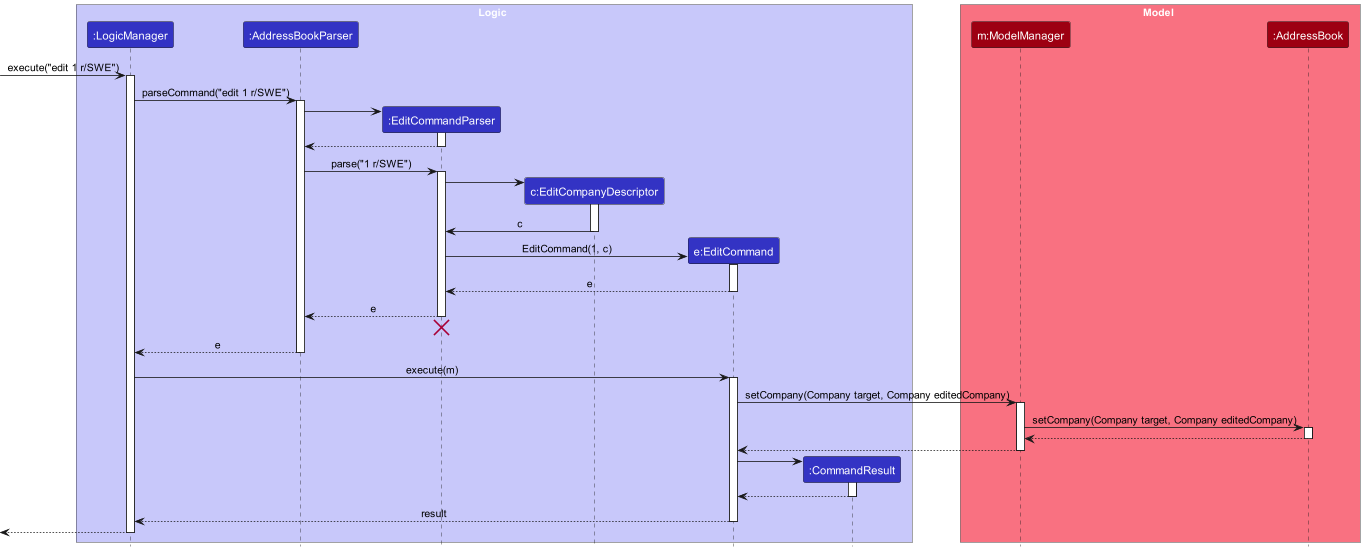
The PlantUML diagram docs/images/EditSequenceDiagram.png in tayruxin/tp, before a commit.
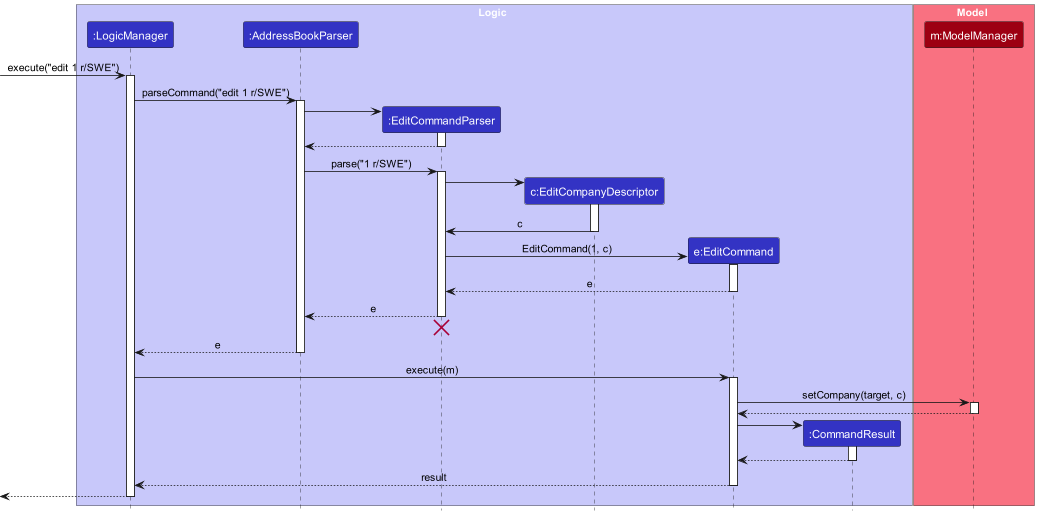
The same file after the commit.

Change to the diagram source:
```diff
@@ -15,7 +15,6 @@
 
 box Model MODEL_COLOR_T1
 participant "m:ModelManager" as Model MODEL_COLOR
-participant ":AddressBook" as AddressBook MODEL_COLOR
 end box
 
 [-> LogicManager : execute("edit 1 r/SWE")
@@ -59,14 +58,8 @@
 LogicManager -> EditCommand : execute(m)
 activate EditCommand
 
-EditCommand -> Model : setCompany(Company target, Company editedCompany)
+EditCommand -> Model : setCompany(target, c)
 activate Model
-
-Model -> AddressBook : setCompany(Company target, Company editedCompany)
-activate AddressBook
-
-AddressBook --> Model
-deactivate AddressBook
 
 Model --> EditCommand
 deactivate Model
```
